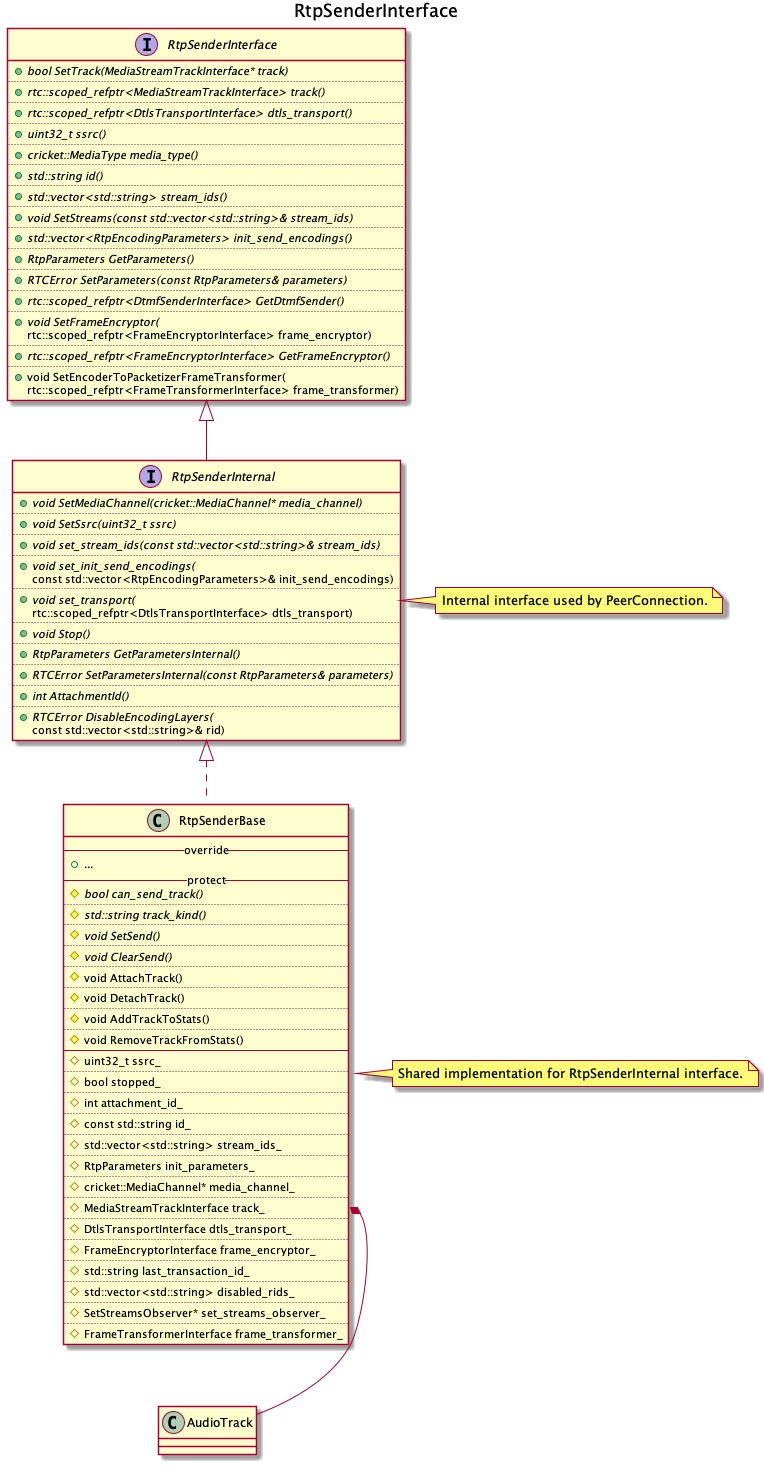
This is webrtc/RtpSenderInterface.png from vintonliu/PicBed, a PlantUML export, as it was before one commit.
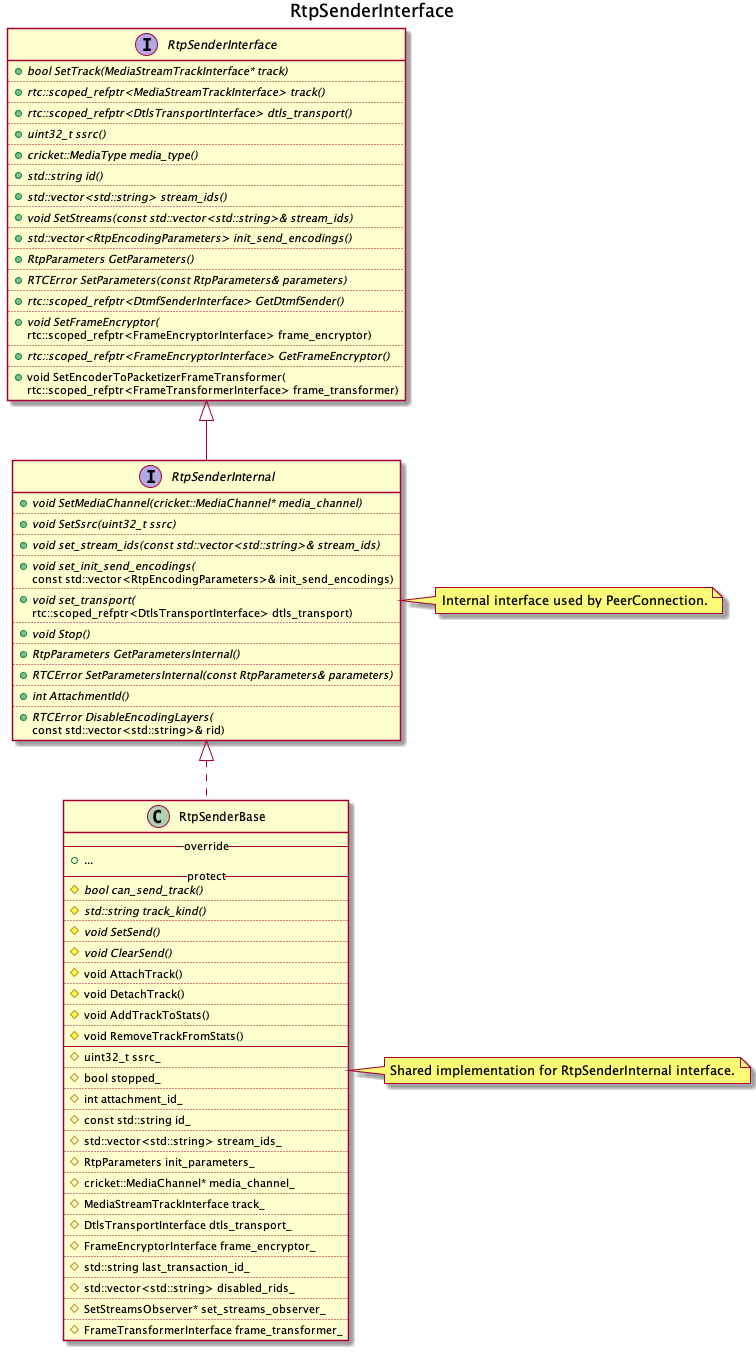
Later version of the same file.

Change to the diagram source:
```diff
@@ -110,6 +110,4 @@
     # {field} FrameTransformerInterface frame_transformer_
 }
 note right of RtpSenderBase : Shared implementation for RtpSenderInternal interface.
-
-RtpSenderBase::MediaStreamTrackInterface *-- AudioTrack
 @enduml
```
